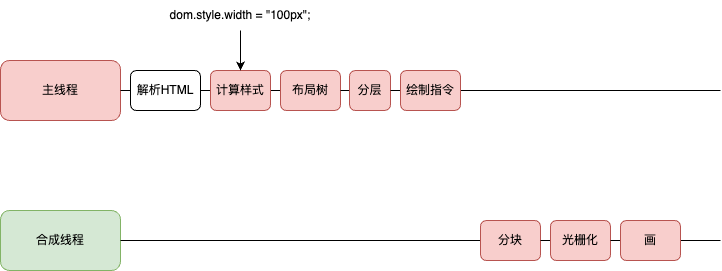
Earlier version of the draw.io export 浏览器:重绘reflow.drawio.png (JYbill/draw). Source tidied: cells renumbered, new cells last; positions are measured from the earlier drawing's top-left corner, leaving out a move shared by most shapes. Its diagram source:
```xml
<mxGraphModel>
  <root>
    <mxCell id="0" />
    <mxCell id="1" parent="0" />
    <mxCell id="2" value="主线程" style="rounded=1;whiteSpace=wrap;html=1;fillColor=#f8cecc;strokeColor=#b85450;" parent="1" vertex="1">
      <mxGeometry y="60" width="120" height="60" as="geometry" />
    </mxCell>
    <mxCell id="3" style="endArrow=none;html=1;rounded=0;exitX=1;exitY=0.5;exitDx=0;exitDy=0;" parent="1" edge="1" source="15">
      <mxGeometry relative="1" as="geometry">
        <mxPoint x="720" y="90" as="targetPoint" />
      </mxGeometry>
    </mxCell>
    <mxCell id="4" style="edgeStyle=orthogonalEdgeStyle;rounded=0;jettySize=auto;html=1;exitX=1;exitY=0.5;exitDx=0;exitDy=0;entryX=0;entryY=0.5;entryDx=0;entryDy=0;endArrow=none;endFill=0;" parent="1" edge="1" source="5" target="7">
      <mxGeometry relative="1" as="geometry" />
    </mxCell>
    <mxCell id="5" value="解析HTML" style="rounded=1;whiteSpace=wrap;html=1;" parent="1" vertex="1">
      <mxGeometry x="130" y="70" width="70" height="40" as="geometry" />
    </mxCell>
    <mxCell id="6" style="edgeStyle=orthogonalEdgeStyle;rounded=0;jettySize=auto;html=1;exitX=1;exitY=0.5;exitDx=0;exitDy=0;entryX=0;entryY=0.5;entryDx=0;entryDy=0;endArrow=none;endFill=0;" parent="1" edge="1" source="7" target="11">
      <mxGeometry relative="1" as="geometry" />
    </mxCell>
    <mxCell id="7" value="计算样式" style="rounded=1;whiteSpace=wrap;html=1;fillColor=#f8cecc;strokeColor=#b85450;" parent="1" vertex="1">
      <mxGeometry x="210" y="70" width="60" height="40" as="geometry" />
    </mxCell>
    <mxCell id="8" value="合成线程" style="rounded=1;whiteSpace=wrap;html=1;fillColor=#d5e8d4;strokeColor=#82b366;" parent="1" vertex="1">
      <mxGeometry y="210" width="120" height="60" as="geometry" />
    </mxCell>
    <mxCell id="9" style="endArrow=none;html=1;rounded=0;exitX=1;exitY=0.5;exitDx=0;exitDy=0;endFill=0;" parent="1" edge="1" source="21">
      <mxGeometry relative="1" as="geometry">
        <mxPoint x="720" y="240" as="targetPoint" />
      </mxGeometry>
    </mxCell>
    <mxCell id="10" style="endArrow=none;html=1;rounded=0;exitX=1;exitY=0.5;exitDx=0;exitDy=0;entryX=0;entryY=0.5;entryDx=0;entryDy=0;" parent="1" edge="1" source="2" target="5">
      <mxGeometry relative="1" as="geometry" />
    </mxCell>
    <mxCell id="11" value="布局树" style="rounded=1;whiteSpace=wrap;html=1;fillColor=#f8cecc;strokeColor=#b85450;" parent="1" vertex="1">
      <mxGeometry x="280" y="70" width="60" height="40" as="geometry" />
    </mxCell>
    <mxCell id="12" style="endArrow=none;html=1;rounded=0;exitX=1;exitY=0.5;exitDx=0;exitDy=0;" parent="1" edge="1" source="11" target="13">
      <mxGeometry relative="1" as="geometry" />
    </mxCell>
    <mxCell id="13" value="分层" style="rounded=1;whiteSpace=wrap;html=1;fillColor=#f8cecc;strokeColor=#b85450;" parent="1" vertex="1">
      <mxGeometry x="349" y="70" width="41" height="40" as="geometry" />
    </mxCell>
    <mxCell id="14" style="endArrow=none;html=1;rounded=0;exitX=1;exitY=0.5;exitDx=0;exitDy=0;" parent="1" edge="1" source="13" target="15">
      <mxGeometry relative="1" as="geometry" />
    </mxCell>
    <mxCell id="15" value="绘制指令" style="rounded=1;whiteSpace=wrap;html=1;fillColor=#f8cecc;strokeColor=#b85450;" parent="1" vertex="1">
      <mxGeometry x="400" y="70" width="60" height="40" as="geometry" />
    </mxCell>
    <mxCell id="16" style="endArrow=none;html=1;rounded=0;exitX=1;exitY=0.5;exitDx=0;exitDy=0;endFill=0;" parent="1" edge="1" source="8" target="17">
      <mxGeometry relative="1" as="geometry" />
    </mxCell>
    <mxCell id="17" value="分块" style="rounded=1;whiteSpace=wrap;html=1;fillColor=#f8cecc;strokeColor=#b85450;" parent="1" vertex="1">
      <mxGeometry x="480" y="220" width="60" height="40" as="geometry" />
    </mxCell>
    <mxCell id="18" style="endArrow=none;html=1;rounded=0;exitX=1;exitY=0.5;exitDx=0;exitDy=0;endFill=0;" parent="1" edge="1" source="17" target="19">
      <mxGeometry relative="1" as="geometry" />
    </mxCell>
    <mxCell id="19" value="光栅化" style="rounded=1;whiteSpace=wrap;html=1;fillColor=#f8cecc;strokeColor=#b85450;" parent="1" vertex="1">
      <mxGeometry x="550" y="220" width="60" height="40" as="geometry" />
    </mxCell>
    <mxCell id="20" style="endArrow=none;html=1;rounded=0;exitX=1;exitY=0.5;exitDx=0;exitDy=0;endFill=0;" parent="1" edge="1" source="19" target="21">
      <mxGeometry relative="1" as="geometry" />
    </mxCell>
    <mxCell id="21" value="画" style="rounded=1;whiteSpace=wrap;html=1;fillColor=#f8cecc;strokeColor=#b85450;" parent="1" vertex="1">
      <mxGeometry x="620" y="220" width="60" height="40" as="geometry" />
    </mxCell>
    <mxCell id="22" style="edgeStyle=orthogonalEdgeStyle;rounded=0;jettySize=auto;html=1;exitX=0.5;exitY=1;exitDx=0;exitDy=0;" parent="1" edge="1" source="23" target="7">
      <mxGeometry relative="1" as="geometry" />
    </mxCell>
    <mxCell id="23" value="dom.style.width = &quot;100px&quot;;" style="text;html=1;strokeColor=none;fillColor=none;align=center;verticalAlign=middle;whiteSpace=wrap;rounded=0;" parent="1" vertex="1">
      <mxGeometry x="160" width="160" height="30" as="geometry" />
    </mxCell>
  </root>
</mxGraphModel>
```
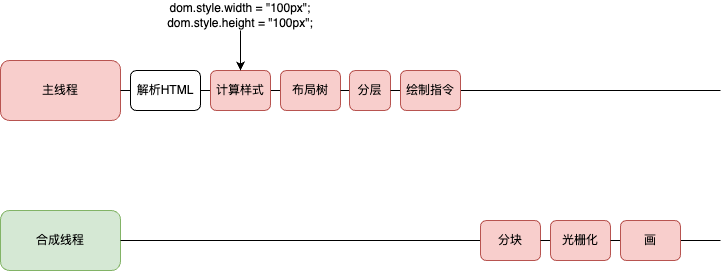
Above is the later version.

Commit message:
更新浏览器:重绘reflow.drawio.png

The edit, as a diff of the source:
```diff
@@ -69,7 +69,7 @@
     <mxCell id="22" style="edgeStyle=orthogonalEdgeStyle;rounded=0;jettySize=auto;html=1;exitX=0.5;exitY=1;exitDx=0;exitDy=0;" parent="1" edge="1" source="23" target="7">
       <mxGeometry relative="1" as="geometry" />
     </mxCell>
-    <mxCell id="23" value="dom.style.width = &quot;100px&quot;;" style="text;html=1;strokeColor=none;fillColor=none;align=center;verticalAlign=middle;whiteSpace=wrap;rounded=0;" parent="1" vertex="1">
+    <mxCell id="23" value="dom.style.width = &quot;100px&quot;;&lt;br&gt;dom.style.height = &quot;100px&quot;;" style="text;html=1;strokeColor=none;fillColor=none;align=center;verticalAlign=middle;whiteSpace=wrap;rounded=0;" parent="1" vertex="1">
       <mxGeometry x="160" width="160" height="30" as="geometry" />
     </mxCell>
   </root>
```
